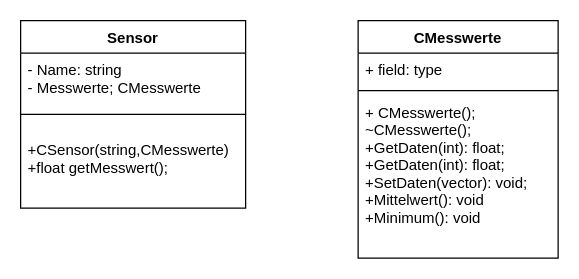
The draw.io diagram Untitled Diagram.drawio in holzwama/Training, before the edit. Source tidied: cells renumbered, new cells numbered last; positions are measured from the earlier drawing's top-left corner, leaving out a move shared by most shapes. Both pictures are drawn from the tidied source at 125%, with x=0, y=0 at pixel (20, 20).
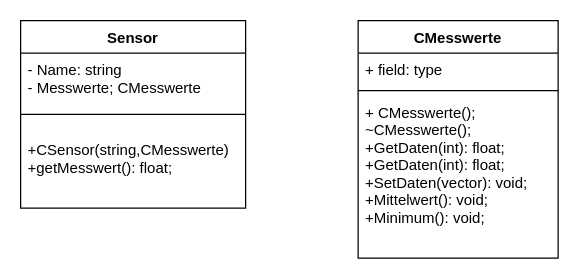
Above is the later version.

Diff of the diagram source:
```diff
@@
 <mxGraphModel background="#ffffff">
   <root>
     <mxCell id="0" />
     <mxCell id="1" parent="0" />
     <mxCell id="2" value="Sensor" style="swimlane;fontStyle=1;align=center;verticalAlign=top;horizontal=1;startSize=26;" parent="1" vertex="1">
       <mxGeometry width="180" height="150" as="geometry" />
     </mxCell>
     <mxCell id="3" value="- Name: string&#10;- Messwerte; CMesswerte&#10;" style="text;strokeColor=none;fillColor=none;align=left;verticalAlign=top;spacingLeft=4;spacingRight=4;overflow=hidden;" parent="2" vertex="1">
       <mxGeometry y="26" width="180" height="34" as="geometry" />
     </mxCell>
     <mxCell id="4" style="line;strokeWidth=1;fillColor=none;align=left;verticalAlign=middle;spacingTop=-1;spacingLeft=3;spacingRight=3;labelPosition=right;" parent="2" vertex="1">
       <mxGeometry y="60" width="180" height="30" as="geometry" />
     </mxCell>
-    <mxCell id="5" value="+CSensor(string,CMesswerte)&#10;+float getMesswert();&#10;" style="text;strokeColor=none;fillColor=none;align=left;verticalAlign=top;spacingLeft=4;spacingRight=4;overflow=hidden;" parent="2" vertex="1">
+    <mxCell id="5" value="+CSensor(string,CMesswerte)&#10;+getMesswert(): float;&#10;" style="text;strokeColor=none;fillColor=none;align=left;verticalAlign=top;spacingLeft=4;spacingRight=4;overflow=hidden;" parent="2" vertex="1">
       <mxGeometry y="90" width="180" height="60" as="geometry" />
     </mxCell>
     <mxCell id="6" value="CMesswerte" style="swimlane;fontStyle=1;align=center;verticalAlign=top;horizontal=1;startSize=26;" parent="1" vertex="1">
       <mxGeometry x="270" width="160" height="190" as="geometry" />
     </mxCell>
     <mxCell id="7" value="+ field: type" style="text;strokeColor=none;fillColor=none;align=left;verticalAlign=top;spacingLeft=4;spacingRight=4;overflow=hidden;" parent="6" vertex="1">
       <mxGeometry y="26" width="160" height="26" as="geometry" />
     </mxCell>
     <mxCell id="8" style="line;strokeWidth=1;fillColor=none;align=left;verticalAlign=middle;spacingTop=-1;spacingLeft=3;spacingRight=3;labelPosition=right;" parent="6" vertex="1">
       <mxGeometry y="52" width="160" height="8" as="geometry" />
     </mxCell>
-    <mxCell id="9" value="+ CMesswerte();&#10;~CMesswerte();&#10;+GetDaten(int): float;&#10;+GetDaten(int): float;&#10;+SetDaten(vector): void;&#10;+Mittelwert(): void&#10;+Minimum(): void" style="text;strokeColor=none;fillColor=none;align=left;verticalAlign=top;spacingLeft=4;spacingRight=4;overflow=hidden;" parent="6" vertex="1">
+    <mxCell id="9" value="+ CMesswerte();&#10;~CMesswerte();&#10;+GetDaten(int): float;&#10;+GetDaten(int): float;&#10;+SetDaten(vector): void;&#10;+Mittelwert(): void;&#10;+Minimum(): void;" style="text;strokeColor=none;fillColor=none;align=left;verticalAlign=top;spacingLeft=4;spacingRight=4;overflow=hidden;" parent="6" vertex="1">
       <mxGeometry y="60" width="160" height="130" as="geometry" />
     </mxCell>
   </root>
 </mxGraphModel>
```
